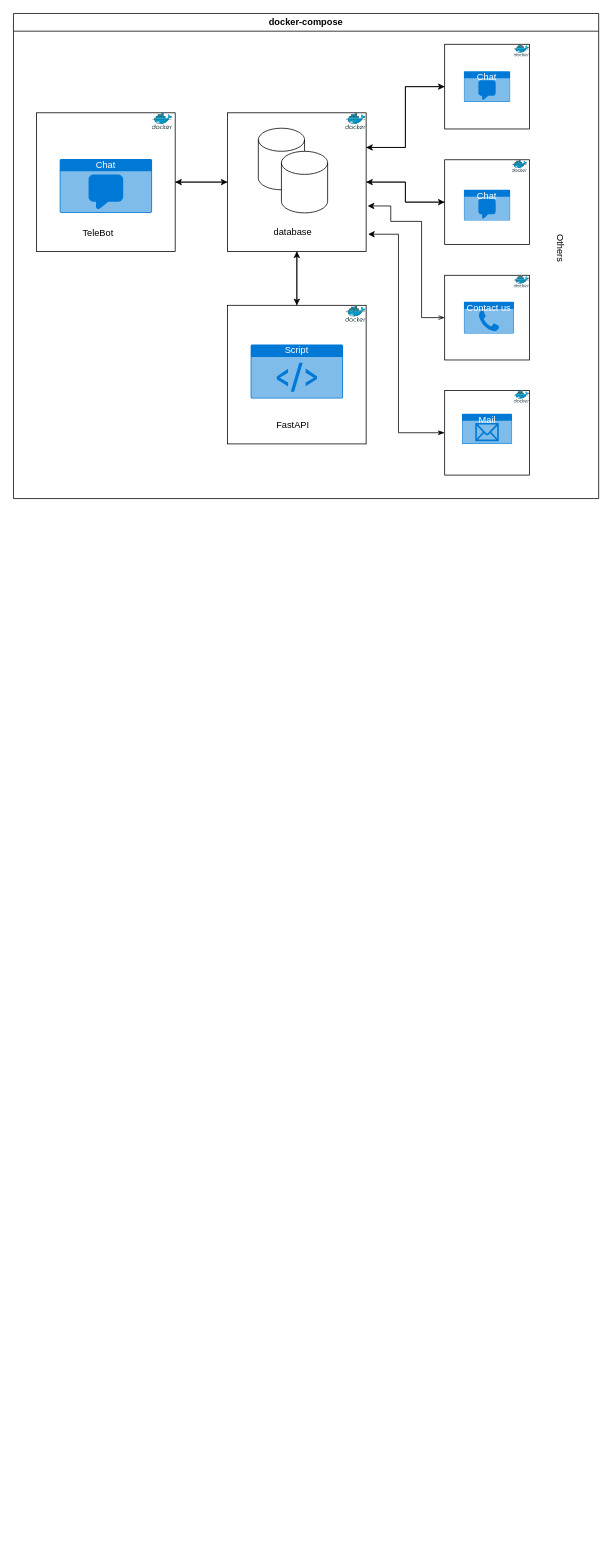
This is docs/DiagramasGeneralesPyA.drawio from a-ceron/PythonAutomatization, a draw.io file, before an edit. Source tidied: cells renumbered, new cells numbered last; positions are measured from the earlier drawing's top-left corner, leaving out a move shared by most shapes. Both pictures are drawn from the tidied source at 77%, with x=0, y=0 at pixel (13, 13).
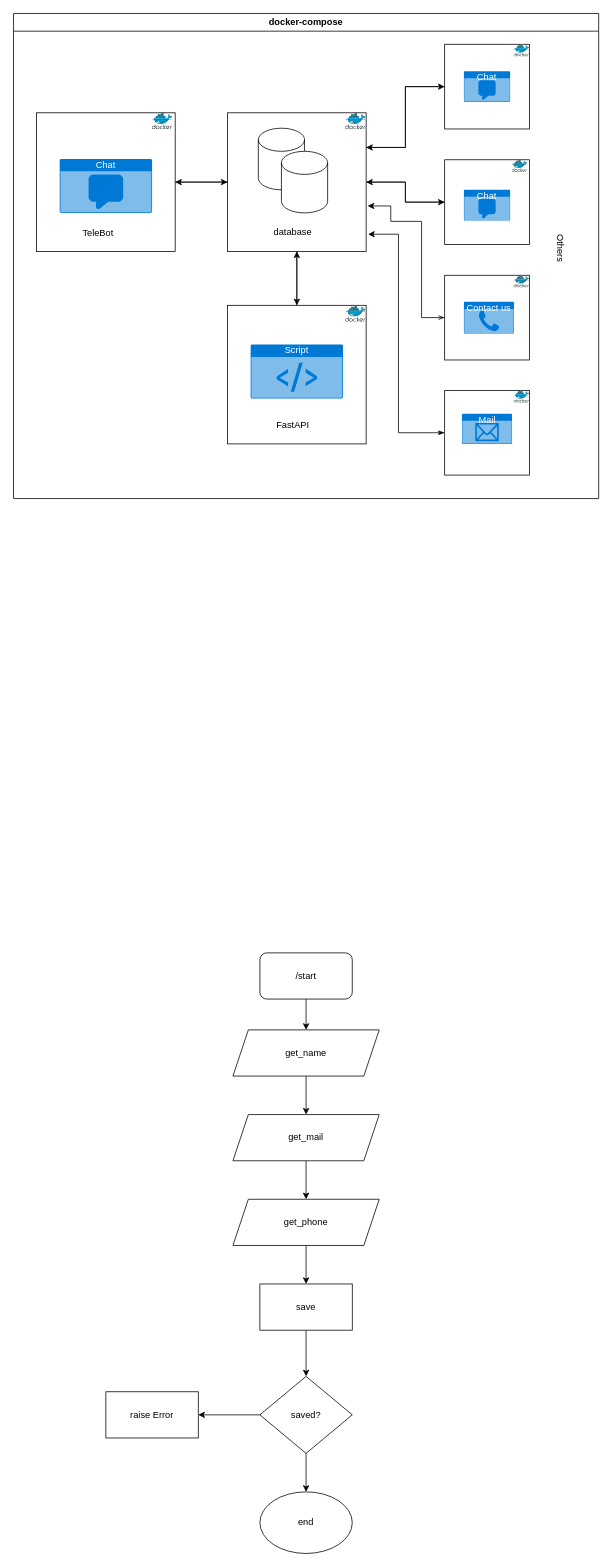
Above is the later version.

What changed in the source:
```diff
@@
+    <mxCell id="39" style="edgeStyle=orthogonalEdgeStyle;rounded=0;jettySize=auto;html=1;" parent="1" edge="1" source="40" target="42">
+      <mxGeometry relative="1" as="geometry" />
+    </mxCell>
+    <mxCell id="40" value="/start" style="rounded=1;whiteSpace=wrap;html=1;" parent="1" vertex="1">
+      <mxGeometry x="320" y="1220" width="120" height="60" as="geometry" />
+    </mxCell>
+    <mxCell id="41" style="edgeStyle=orthogonalEdgeStyle;rounded=0;jettySize=auto;html=1;" parent="1" edge="1" source="42" target="44">
+      <mxGeometry relative="1" as="geometry" />
+    </mxCell>
+    <mxCell id="42" value="get_name" style="shape=parallelogram;perimeter=parallelogramPerimeter;whiteSpace=wrap;html=1;fixedSize=1;" parent="1" vertex="1">
+      <mxGeometry x="285" y="1320" width="190" height="60" as="geometry" />
+    </mxCell>
+    <mxCell id="43" style="edgeStyle=orthogonalEdgeStyle;rounded=0;jettySize=auto;html=1;" parent="1" edge="1" source="44" target="46">
+      <mxGeometry relative="1" as="geometry" />
+    </mxCell>
+    <mxCell id="44" value="get_mail" style="shape=parallelogram;perimeter=parallelogramPerimeter;whiteSpace=wrap;html=1;fixedSize=1;" parent="1" vertex="1">
+      <mxGeometry x="285" y="1430" width="190" height="60" as="geometry" />
+    </mxCell>
+    <mxCell id="45" style="edgeStyle=orthogonalEdgeStyle;rounded=0;jettySize=auto;html=1;" parent="1" edge="1" source="46" target="48">
+      <mxGeometry relative="1" as="geometry" />
+    </mxCell>
+    <mxCell id="46" value="get_phone" style="shape=parallelogram;perimeter=parallelogramPerimeter;whiteSpace=wrap;html=1;fixedSize=1;" parent="1" vertex="1">
+      <mxGeometry x="285" y="1540" width="190" height="60" as="geometry" />
+    </mxCell>
+    <mxCell id="47" style="edgeStyle=orthogonalEdgeStyle;rounded=0;jettySize=auto;html=1;" parent="1" edge="1" source="48" target="51">
+      <mxGeometry relative="1" as="geometry" />
+    </mxCell>
+    <mxCell id="48" value="save" style="rounded=0;whiteSpace=wrap;html=1;" parent="1" vertex="1">
+      <mxGeometry x="320" y="1650" width="120" height="60" as="geometry" />
+    </mxCell>
+    <mxCell id="49" style="edgeStyle=orthogonalEdgeStyle;rounded=0;jettySize=auto;html=1;" parent="1" edge="1" source="51" target="52">
+      <mxGeometry relative="1" as="geometry" />
+    </mxCell>
+    <mxCell id="50" style="edgeStyle=orthogonalEdgeStyle;rounded=0;jettySize=auto;html=1;" parent="1" edge="1" source="51" target="53">
+      <mxGeometry relative="1" as="geometry" />
+    </mxCell>
+    <mxCell id="51" value="saved?" style="rhombus;whiteSpace=wrap;html=1;rounded=0;" parent="1" vertex="1">
+      <mxGeometry x="320" y="1770" width="120" height="100" as="geometry" />
+    </mxCell>
+    <mxCell id="52" value="raise Error" style="whiteSpace=wrap;html=1;rounded=0;" parent="1" vertex="1">
+      <mxGeometry x="120" y="1790" width="120" height="60" as="geometry" />
+    </mxCell>
+    <mxCell id="53" value="end" style="ellipse;whiteSpace=wrap;html=1;" parent="1" vertex="1">
+      <mxGeometry x="320" y="1920" width="120" height="80" as="geometry" />
+    </mxCell>
```
